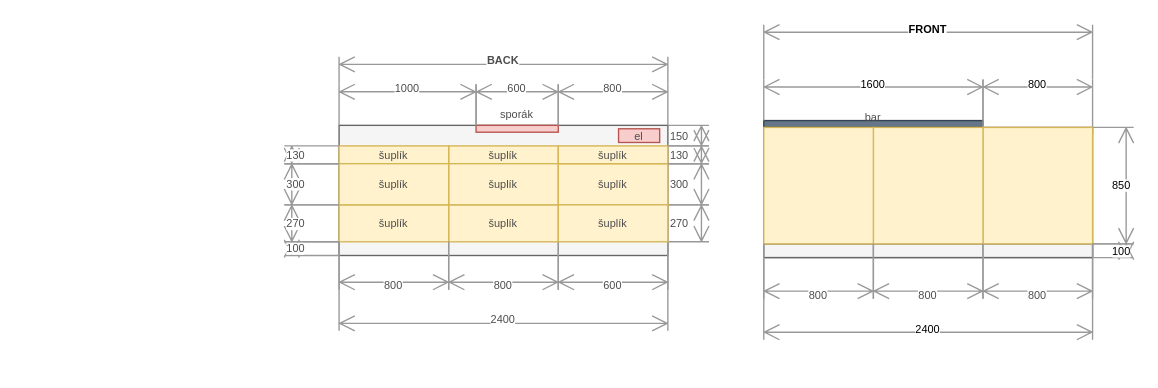
Before: docs/src/static/drawings/kitchen.island.drawio in surquest/flat-renovation, a draw.io diagram. Source tidied: cells renumbered, new cells numbered last; positions are measured from the earlier drawing's top-left corner, leaving out a move shared by most shapes. Both pictures are drawn from the tidied source at 137%, with x=0, y=0 at pixel (284, 23).
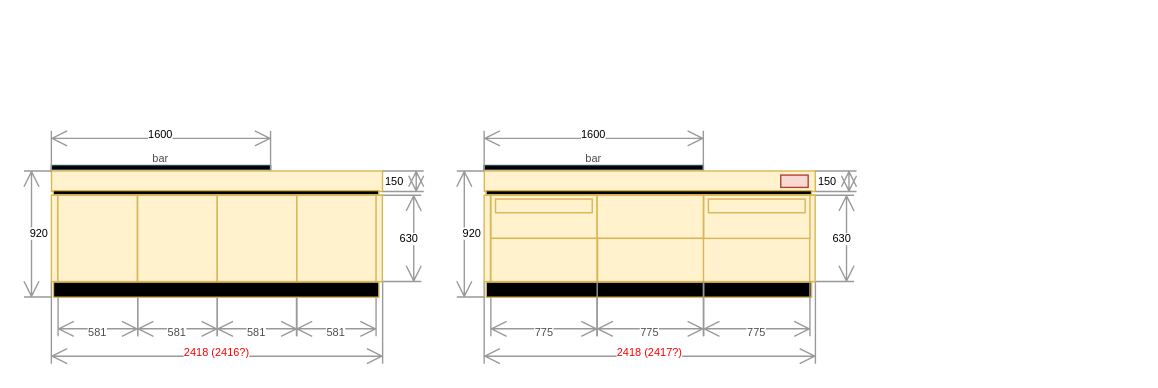
Above is the later version.

Commit message (it also covers changes not shown here):
Update kitchen drawings

What changed in the source:
```diff
@@
-    <mxCell id="2" style="rounded=0;whiteSpace=wrap;html=1;strokeColor=#666666;fillColor=#f5f5f5;fontColor=#4D4D4D;fontSize=8;" parent="1" vertex="1">
-      <mxGeometry x="40" y="74" width="240" height="95" as="geometry" />
-    </mxCell>
-    <mxCell id="3" value="300" style="shape=dimension;direction=north;whiteSpace=wrap;html=1;align=left;verticalAlign=middle;labelBackgroundColor=#ffffff;strokeColor=#999999;fontSize=8;fontColor=#4D4D4D;" parent="1" vertex="1">
-      <mxGeometry x="280" y="102" width="30" height="30" as="geometry" />
-    </mxCell>
-    <mxCell id="4" value="150" style="shape=dimension;direction=north;whiteSpace=wrap;html=1;align=left;verticalAlign=middle;labelBackgroundColor=#ffffff;strokeColor=#999999;fontSize=8;fontColor=#4D4D4D;" parent="1" vertex="1">
-      <mxGeometry x="280" y="74" width="30" height="15" as="geometry" />
-    </mxCell>
-    <mxCell id="5" value="BACK" style="shape=dimension;direction=west;whiteSpace=wrap;html=1;align=center;verticalAlign=top;spacingTop=-8;labelBackgroundColor=#ffffff;strokeColor=#999999;fontStyle=1;fontSize=8;fontColor=#4D4D4D;" parent="1" vertex="1">
-      <mxGeometry x="40" y="24" width="240" height="20" as="geometry" />
-    </mxCell>
-    <mxCell id="6" style="rounded=0;whiteSpace=wrap;html=1;strokeColor=#666666;fillColor=#f5f5f5;fontColor=#333333;fontSize=8;" parent="1" vertex="1">
-      <mxGeometry x="350" y="75.5" width="240" height="95" as="geometry" />
-    </mxCell>
-    <mxCell id="7" style="rounded=0;whiteSpace=wrap;html=1;strokeColor=#666666;fillColor=#f5f5f5;fontColor=#333333;fontSize=8;" parent="1" vertex="1">
-      <mxGeometry x="350" y="160.5" width="240" height="10" as="geometry" />
-    </mxCell>
-    <mxCell id="8" value="2400" style="shape=dimension;direction=east;whiteSpace=wrap;html=1;align=center;verticalAlign=bottom;spacingTop=-8;labelBackgroundColor=#ffffff;strokeColor=#999999;fontSize=8;" parent="1" vertex="1">
-      <mxGeometry x="350" y="170.5" width="240" height="60" as="geometry" />
-    </mxCell>
-    <mxCell id="9" value="850" style="shape=dimension;direction=north;whiteSpace=wrap;html=1;align=right;verticalAlign=middle;labelBackgroundColor=#ffffff;strokeColor=#999999;fontSize=8;" parent="1" vertex="1">
-      <mxGeometry x="590" y="75.5" width="30" height="85" as="geometry" />
-    </mxCell>
-    <mxCell id="10" value="FRONT" style="shape=dimension;direction=west;whiteSpace=wrap;html=1;align=center;verticalAlign=top;spacingTop=-8;labelBackgroundColor=#ffffff;strokeColor=#999999;fontStyle=1;fontSize=8;" parent="1" vertex="1">
-      <mxGeometry x="350" y="0.5" width="240" height="40" as="geometry" />
-    </mxCell>
-    <mxCell id="11" value="&lt;font color=&quot;#4d4d4d&quot; style=&quot;font-size: 8px;&quot;&gt;bar&lt;/font&gt;" style="rounded=0;whiteSpace=wrap;html=1;fillColor=#647687;strokeColor=#314354;verticalAlign=bottom;fontColor=#ffffff;fontSize=8;" parent="1" vertex="1">
-      <mxGeometry x="350" y="70.5" width="160" height="5" as="geometry" />
-    </mxCell>
-    <mxCell id="12" value="800" style="shape=dimension;direction=west;whiteSpace=wrap;html=1;align=center;verticalAlign=top;spacingTop=-8;labelBackgroundColor=#ffffff;strokeColor=#999999;fontSize=8;" parent="1" vertex="1">
-      <mxGeometry x="510" y="40.5" width="80" height="40" as="geometry" />
-    </mxCell>
-    <mxCell id="13" value="270" style="shape=dimension;direction=north;whiteSpace=wrap;html=1;align=left;verticalAlign=middle;labelBackgroundColor=#ffffff;strokeColor=#999999;fontSize=8;fontColor=#4D4D4D;" parent="1" vertex="1">
-      <mxGeometry x="280" y="132" width="30" height="27" as="geometry" />
-    </mxCell>
-    <mxCell id="14" style="rounded=0;whiteSpace=wrap;html=1;fillColor=#fff2cc;strokeColor=#d6b656;fontSize=8;" parent="1" vertex="1">
-      <mxGeometry x="510" y="75.5" width="80" height="85" as="geometry" />
-    </mxCell>
-    <mxCell id="15" style="rounded=0;whiteSpace=wrap;html=1;fillColor=#fff2cc;strokeColor=#d6b656;fontSize=8;" parent="1" vertex="1">
-      <mxGeometry x="430" y="75.5" width="80" height="85" as="geometry" />
-    </mxCell>
-    <mxCell id="16" style="rounded=0;whiteSpace=wrap;html=1;fillColor=#fff2cc;strokeColor=#d6b656;fontSize=8;" parent="1" vertex="1">
-      <mxGeometry x="350" y="75.5" width="80" height="85" as="geometry" />
-    </mxCell>
-    <mxCell id="17" value="100" style="shape=dimension;direction=north;whiteSpace=wrap;html=1;align=right;verticalAlign=middle;labelBackgroundColor=#ffffff;strokeColor=#999999;fontSize=8;" parent="1" vertex="1">
-      <mxGeometry x="590" y="160.5" width="30" height="10" as="geometry" />
-    </mxCell>
-    <mxCell id="18" value="1600" style="shape=dimension;direction=west;whiteSpace=wrap;html=1;align=center;verticalAlign=top;spacingTop=-8;labelBackgroundColor=#ffffff;strokeColor=#999999;fontSize=8;" parent="1" vertex="1">
-      <mxGeometry x="350" y="40.5" width="160" height="30" as="geometry" />
-    </mxCell>
-    <mxCell id="19" value="800" style="shape=dimension;whiteSpace=wrap;html=1;align=center;verticalAlign=bottom;spacingBottom=-5;labelBackgroundColor=#ffffff;strokeColor=#999999;fontColor=#4D4D4D;fontSize=8;" parent="1" vertex="1">
-      <mxGeometry x="350" y="160.5" width="80" height="40" as="geometry" />
-    </mxCell>
-    <mxCell id="20" value="800" style="shape=dimension;whiteSpace=wrap;html=1;align=center;verticalAlign=bottom;spacingBottom=-5;labelBackgroundColor=#ffffff;strokeColor=#999999;fontColor=#4D4D4D;fontSize=8;" parent="1" vertex="1">
-      <mxGeometry x="430" y="160.5" width="80" height="40" as="geometry" />
-    </mxCell>
-    <mxCell id="21" value="800" style="shape=dimension;whiteSpace=wrap;html=1;align=center;verticalAlign=bottom;spacingBottom=-5;labelBackgroundColor=#ffffff;strokeColor=#999999;fontColor=#4D4D4D;fontSize=8;" parent="1" vertex="1">
-      <mxGeometry x="510" y="160.5" width="80" height="40" as="geometry" />
-    </mxCell>
-    <mxCell id="22" value="šuplík" style="rounded=0;whiteSpace=wrap;html=1;fillColor=#fff2cc;strokeColor=#d6b656;fontColor=#4D4D4D;fontSize=8;" parent="1" vertex="1">
-      <mxGeometry x="120" y="89" width="80" height="13" as="geometry" />
-    </mxCell>
-    <mxCell id="23" value="šuplík" style="rounded=0;whiteSpace=wrap;html=1;fillColor=#fff2cc;strokeColor=#d6b656;fontColor=#4D4D4D;fontSize=8;" parent="1" vertex="1">
-      <mxGeometry x="120" y="132" width="80" height="27" as="geometry" />
-    </mxCell>
-    <mxCell id="24" value="šuplík" style="rounded=0;whiteSpace=wrap;html=1;fillColor=#fff2cc;strokeColor=#d6b656;fontColor=#4D4D4D;fontSize=8;" parent="1" vertex="1">
-      <mxGeometry x="120" y="102" width="80" height="30" as="geometry" />
-    </mxCell>
-    <mxCell id="25" value="sporák" style="rounded=0;whiteSpace=wrap;html=1;fillColor=#f8cecc;strokeColor=#b85450;verticalAlign=bottom;fontColor=#4D4D4D;fontSize=8;labelPosition=center;verticalLabelPosition=top;align=center;" parent="1" vertex="1">
-      <mxGeometry x="140" y="74" width="60" height="5" as="geometry" />
-    </mxCell>
-    <mxCell id="26" value="šuplík" style="rounded=0;whiteSpace=wrap;html=1;fillColor=#fff2cc;strokeColor=#d6b656;fontColor=#4D4D4D;fontSize=8;" parent="1" vertex="1">
-      <mxGeometry x="40" y="89" width="80" height="13" as="geometry" />
-    </mxCell>
-    <mxCell id="27" value="šuplík" style="rounded=0;whiteSpace=wrap;html=1;fillColor=#fff2cc;strokeColor=#d6b656;fontColor=#4D4D4D;fontSize=8;" parent="1" vertex="1">
-      <mxGeometry x="40" y="132" width="80" height="27" as="geometry" />
-    </mxCell>
-    <mxCell id="28" value="šuplík" style="rounded=0;whiteSpace=wrap;html=1;fillColor=#fff2cc;strokeColor=#d6b656;fontColor=#4D4D4D;fontSize=8;" parent="1" vertex="1">
-      <mxGeometry x="40" y="102" width="80" height="30" as="geometry" />
-    </mxCell>
-    <mxCell id="29" value="600" style="shape=dimension;direction=west;whiteSpace=wrap;html=1;align=center;verticalAlign=top;spacingTop=-8;labelBackgroundColor=#ffffff;strokeColor=#999999;fontSize=8;fontColor=#4D4D4D;" parent="1" vertex="1">
-      <mxGeometry x="140" y="44" width="60" height="30" as="geometry" />
-    </mxCell>
-    <mxCell id="30" value="1000" style="shape=dimension;direction=west;whiteSpace=wrap;html=1;align=center;verticalAlign=top;spacingTop=-8;labelBackgroundColor=#ffffff;strokeColor=#999999;fontSize=8;fontColor=#4D4D4D;" parent="1" vertex="1">
-      <mxGeometry x="40" y="44" width="100" height="30" as="geometry" />
-    </mxCell>
-    <mxCell id="31" value="&lt;font style=&quot;font-size: 8px;&quot;&gt;el&lt;/font&gt;" style="rounded=0;whiteSpace=wrap;html=1;fillColor=#f8cecc;strokeColor=#b85450;fontSize=8;fontColor=#4D4D4D;" parent="1" vertex="1">
-      <mxGeometry x="244" y="76.5" width="30" height="10" as="geometry" />
-    </mxCell>
-    <mxCell id="32" value="100" style="shape=dimension;direction=south;whiteSpace=wrap;html=1;align=left;verticalAlign=middle;labelBackgroundColor=#ffffff;strokeColor=#999999;fontColor=#4D4D4D;fontSize=8;" parent="1" vertex="1">
-      <mxGeometry y="159" width="40" height="10" as="geometry" />
-    </mxCell>
-    <mxCell id="33" value="300" style="shape=dimension;direction=south;whiteSpace=wrap;html=1;align=left;verticalAlign=middle;labelBackgroundColor=#ffffff;strokeColor=#999999;fontColor=#4D4D4D;fontSize=8;" parent="1" vertex="1">
-      <mxGeometry y="102" width="40" height="30" as="geometry" />
-    </mxCell>
-    <mxCell id="34" value="270" style="shape=dimension;direction=south;whiteSpace=wrap;html=1;align=left;verticalAlign=middle;labelBackgroundColor=#ffffff;strokeColor=#999999;fontColor=#4D4D4D;fontSize=8;" parent="1" vertex="1">
-      <mxGeometry y="132" width="40" height="27" as="geometry" />
-    </mxCell>
-    <mxCell id="35" value="130" style="shape=dimension;direction=south;whiteSpace=wrap;html=1;align=left;verticalAlign=middle;labelBackgroundColor=#ffffff;strokeColor=#999999;fontColor=#4D4D4D;fontSize=8;" parent="1" vertex="1">
-      <mxGeometry y="89" width="40" height="13" as="geometry" />
-    </mxCell>
-    <mxCell id="36" value="2400" style="shape=dimension;direction=east;whiteSpace=wrap;html=1;align=center;verticalAlign=bottom;spacingTop=-8;labelBackgroundColor=#ffffff;strokeColor=#999999;fontSize=8;fontColor=#4D4D4D;" parent="1" vertex="1">
-      <mxGeometry x="40" y="159" width="240" height="65" as="geometry" />
-    </mxCell>
-    <mxCell id="37" value="800" style="shape=dimension;whiteSpace=wrap;html=1;align=center;verticalAlign=bottom;spacingBottom=-5;labelBackgroundColor=#ffffff;strokeColor=#999999;fontColor=#4D4D4D;fontSize=8;" parent="1" vertex="1">
-      <mxGeometry x="40" y="159" width="80" height="35" as="geometry" />
-    </mxCell>
-    <mxCell id="38" value="800" style="shape=dimension;whiteSpace=wrap;html=1;align=center;verticalAlign=bottom;spacingBottom=-5;labelBackgroundColor=#ffffff;strokeColor=#999999;fontColor=#4D4D4D;fontSize=8;" parent="1" vertex="1">
-      <mxGeometry x="120" y="159" width="80" height="35" as="geometry" />
-    </mxCell>
-    <mxCell id="39" value="600" style="shape=dimension;whiteSpace=wrap;html=1;align=center;verticalAlign=bottom;spacingBottom=-5;labelBackgroundColor=#ffffff;strokeColor=#999999;fontColor=#4D4D4D;fontSize=8;" parent="1" vertex="1">
-      <mxGeometry x="200" y="159" width="80" height="35" as="geometry" />
-    </mxCell>
-    <mxCell id="40" value="šuplík" style="rounded=0;whiteSpace=wrap;html=1;fillColor=#fff2cc;strokeColor=#d6b656;fontColor=#4D4D4D;fontSize=8;" parent="1" vertex="1">
-      <mxGeometry x="200" y="102" width="80" height="30" as="geometry" />
-    </mxCell>
-    <mxCell id="41" value="800" style="shape=dimension;direction=west;whiteSpace=wrap;html=1;align=center;verticalAlign=top;spacingTop=-8;labelBackgroundColor=#ffffff;strokeColor=#999999;fontSize=8;fontColor=#4D4D4D;" parent="1" vertex="1">
-      <mxGeometry x="200" y="44" width="80" height="30" as="geometry" />
-    </mxCell>
-    <mxCell id="42" value="šuplík" style="rounded=0;whiteSpace=wrap;html=1;fillColor=#fff2cc;strokeColor=#d6b656;fontColor=#4D4D4D;fontSize=8;" parent="1" vertex="1">
-      <mxGeometry x="200" y="89" width="80" height="13" as="geometry" />
-    </mxCell>
-    <mxCell id="43" value="šuplík" style="rounded=0;whiteSpace=wrap;html=1;fillColor=#fff2cc;strokeColor=#d6b656;fontColor=#4D4D4D;fontSize=8;" parent="1" vertex="1">
-      <mxGeometry x="200" y="132" width="80" height="27" as="geometry" />
-    </mxCell>
-    <mxCell id="44" value="130" style="shape=dimension;direction=north;whiteSpace=wrap;html=1;align=left;verticalAlign=middle;labelBackgroundColor=#ffffff;strokeColor=#999999;fontSize=8;fontColor=#4D4D4D;" parent="1" vertex="1">
-      <mxGeometry x="280" y="89" width="30" height="13" as="geometry" />
-    </mxCell>
+    <mxCell id="45" value="2418 (2416?)" style="shape=dimension;direction=east;whiteSpace=wrap;html=1;align=center;verticalAlign=bottom;spacingTop=-8;labelBackgroundColor=#ffffff;strokeColor=#999999;fontSize=8;fontColor=#ff0000;" parent="1" vertex="1">
+      <mxGeometry x="-170" y="188" width="241.8" height="60" as="geometry" />
+    </mxCell>
+    <mxCell id="46" value="630" style="shape=dimension;direction=north;whiteSpace=wrap;html=1;align=right;verticalAlign=middle;labelBackgroundColor=#ffffff;strokeColor=#999999;fontSize=8;" parent="1" vertex="1">
+      <mxGeometry x="70" y="125" width="30" height="63" as="geometry" />
+    </mxCell>
+    <mxCell id="47" value="&lt;font color=&quot;#4d4d4d&quot; style=&quot;font-size: 8px;&quot;&gt;bar&lt;/font&gt;" style="rounded=0;whiteSpace=wrap;html=1;fillColor=#000000;strokeColor=#314354;verticalAlign=bottom;fontColor=#ffffff;fontSize=8;" parent="1" vertex="1">
+      <mxGeometry x="-170" y="103.3" width="160" height="3" as="geometry" />
+    </mxCell>
+    <mxCell id="48" style="rounded=0;whiteSpace=wrap;html=1;fillColor=#fff2cc;strokeColor=#d6b656;fontSize=8;" parent="1" vertex="1">
+      <mxGeometry x="-165.4" y="125" width="58.1" height="63" as="geometry" />
+    </mxCell>
+    <mxCell id="49" style="rounded=0;whiteSpace=wrap;html=1;fillColor=#fff2cc;strokeColor=#d6b656;fontSize=8;" parent="1" vertex="1">
+      <mxGeometry x="-170" y="125" width="4.6" height="63" as="geometry" />
+    </mxCell>
+    <mxCell id="50" value="1600" style="shape=dimension;direction=west;whiteSpace=wrap;html=1;align=center;verticalAlign=top;spacingTop=-8;labelBackgroundColor=#ffffff;strokeColor=#999999;fontSize=8;" parent="1" vertex="1">
+      <mxGeometry x="-170" y="78" width="160" height="30" as="geometry" />
+    </mxCell>
+    <mxCell id="51" value="581" style="shape=dimension;whiteSpace=wrap;html=1;align=center;verticalAlign=bottom;spacingBottom=-5;labelBackgroundColor=#ffffff;strokeColor=#999999;fontColor=#4D4D4D;fontSize=8;" parent="1" vertex="1">
+      <mxGeometry x="-165.1" y="188" width="58.1" height="40" as="geometry" />
+    </mxCell>
+    <mxCell id="52" style="rounded=0;whiteSpace=wrap;html=1;fillColor=#fff2cc;strokeColor=#d6b656;fontSize=8;" parent="1" vertex="1">
+      <mxGeometry x="-107" y="125" width="58.1" height="63" as="geometry" />
+    </mxCell>
+    <mxCell id="53" style="rounded=0;whiteSpace=wrap;html=1;fillColor=#fff2cc;strokeColor=#d6b656;fontSize=8;" parent="1" vertex="1">
+      <mxGeometry x="-48.9" y="125" width="58.1" height="63" as="geometry" />
+    </mxCell>
+    <mxCell id="54" style="rounded=0;whiteSpace=wrap;html=1;fillColor=#fff2cc;strokeColor=#d6b656;fontSize=8;" parent="1" vertex="1">
+      <mxGeometry x="9.2" y="125" width="58.1" height="63" as="geometry" />
+    </mxCell>
+    <mxCell id="55" style="rounded=0;whiteSpace=wrap;html=1;fillColor=#fff2cc;strokeColor=#d6b656;fontSize=8;" parent="1" vertex="1">
+      <mxGeometry x="67" y="125" width="4.6" height="63" as="geometry" />
+    </mxCell>
+    <mxCell id="56" value="581" style="shape=dimension;whiteSpace=wrap;html=1;align=center;verticalAlign=bottom;spacingBottom=-5;labelBackgroundColor=#ffffff;strokeColor=#999999;fontColor=#4D4D4D;fontSize=8;" parent="1" vertex="1">
+      <mxGeometry x="-107" y="188" width="58.1" height="40" as="geometry" />
+    </mxCell>
+    <mxCell id="57" value="581" style="shape=dimension;whiteSpace=wrap;html=1;align=center;verticalAlign=bottom;spacingBottom=-5;labelBackgroundColor=#ffffff;strokeColor=#999999;fontColor=#4D4D4D;fontSize=8;" parent="1" vertex="1">
+      <mxGeometry x="-48.9" y="188" width="58.1" height="40" as="geometry" />
+    </mxCell>
+    <mxCell id="58" value="581" style="shape=dimension;whiteSpace=wrap;html=1;align=center;verticalAlign=bottom;spacingBottom=-5;labelBackgroundColor=#ffffff;strokeColor=#999999;fontColor=#4D4D4D;fontSize=8;" parent="1" vertex="1">
+      <mxGeometry x="8.9" y="188" width="58.1" height="40" as="geometry" />
+    </mxCell>
+    <mxCell id="59" style="rounded=0;whiteSpace=wrap;html=1;fillColor=#fff2cc;strokeColor=#d6b656;fontSize=8;rotation=90;" parent="1" vertex="1">
+      <mxGeometry x="-56.6" y="-6" width="15" height="241.6" as="geometry" />
+    </mxCell>
+    <mxCell id="60" style="rounded=0;whiteSpace=wrap;html=1;fillColor=#000000;strokeColor=#d6b656;fontSize=8;rotation=90;" parent="1" vertex="1">
+      <mxGeometry x="-51.3" y="4.4" width="3" height="237.5" as="geometry" />
+    </mxCell>
+    <mxCell id="61" style="rounded=0;whiteSpace=wrap;html=1;fillColor=#000000;strokeColor=#d6b656;fontSize=8;rotation=90;" parent="1" vertex="1">
+      <mxGeometry x="-55.2" y="75.2" width="11" height="237.5" as="geometry" />
+    </mxCell>
+    <mxCell id="62" value="150" style="shape=dimension;direction=north;whiteSpace=wrap;html=1;align=left;verticalAlign=middle;labelBackgroundColor=#ffffff;strokeColor=#999999;fontSize=8;" parent="1" vertex="1">
+      <mxGeometry x="71.8" y="107.3" width="30" height="15" as="geometry" />
+    </mxCell>
+    <mxCell id="63" value="920" style="shape=dimension;direction=north;whiteSpace=wrap;html=1;align=right;verticalAlign=middle;labelBackgroundColor=#ffffff;strokeColor=#999999;fontSize=8;flipH=1;" parent="1" vertex="1">
+      <mxGeometry x="-190" y="107.3" width="20" height="92" as="geometry" />
+    </mxCell>
+    <mxCell id="64" value="2418 (2417?)" style="shape=dimension;direction=east;whiteSpace=wrap;html=1;align=center;verticalAlign=bottom;spacingTop=-8;labelBackgroundColor=#ffffff;strokeColor=#999999;fontSize=8;fontColor=#ff0000;" parent="1" vertex="1">
+      <mxGeometry x="145.9" y="188" width="241.8" height="60" as="geometry" />
+    </mxCell>
+    <mxCell id="65" value="630" style="shape=dimension;direction=north;whiteSpace=wrap;html=1;align=right;verticalAlign=middle;labelBackgroundColor=#ffffff;strokeColor=#999999;fontSize=8;" parent="1" vertex="1">
+      <mxGeometry x="385.9" y="125" width="30" height="63" as="geometry" />
+    </mxCell>
+    <mxCell id="66" value="&lt;font color=&quot;#4d4d4d&quot; style=&quot;font-size: 8px;&quot;&gt;bar&lt;/font&gt;" style="rounded=0;whiteSpace=wrap;html=1;fillColor=#000000;strokeColor=#314354;verticalAlign=bottom;fontColor=#ffffff;fontSize=8;" parent="1" vertex="1">
+      <mxGeometry x="145.9" y="103.3" width="160" height="3" as="geometry" />
+    </mxCell>
+    <mxCell id="67" style="rounded=0;whiteSpace=wrap;html=1;fillColor=#fff2cc;strokeColor=#d6b656;fontSize=8;" parent="1" vertex="1">
+      <mxGeometry x="150.8" y="125" width="77.5" height="31.5" as="geometry" />
+    </mxCell>
+    <mxCell id="68" style="rounded=0;whiteSpace=wrap;html=1;fillColor=#fff2cc;strokeColor=#d6b656;fontSize=8;" parent="1" vertex="1">
+      <mxGeometry x="145.9" y="125" width="4.6" height="63" as="geometry" />
+    </mxCell>
+    <mxCell id="69" value="1600" style="shape=dimension;direction=west;whiteSpace=wrap;html=1;align=center;verticalAlign=top;spacingTop=-8;labelBackgroundColor=#ffffff;strokeColor=#999999;fontSize=8;" parent="1" vertex="1">
+      <mxGeometry x="145.9" y="78" width="160" height="30" as="geometry" />
+    </mxCell>
+    <mxCell id="70" value="775" style="shape=dimension;whiteSpace=wrap;html=1;align=center;verticalAlign=bottom;spacingBottom=-5;labelBackgroundColor=#ffffff;strokeColor=#999999;fontColor=#4D4D4D;fontSize=8;" parent="1" vertex="1">
+      <mxGeometry x="150.8" y="188" width="77.5" height="40" as="geometry" />
+    </mxCell>
+    <mxCell id="71" style="rounded=0;whiteSpace=wrap;html=1;fillColor=#fff2cc;strokeColor=#d6b656;fontSize=8;" parent="1" vertex="1">
+      <mxGeometry x="382.9" y="125" width="4.6" height="63" as="geometry" />
+    </mxCell>
+    <mxCell id="72" style="rounded=0;whiteSpace=wrap;html=1;fillColor=#fff2cc;strokeColor=#d6b656;fontSize=8;rotation=90;" parent="1" vertex="1">
+      <mxGeometry x="259.3" y="-6" width="15" height="241.6" as="geometry" />
+    </mxCell>
+    <mxCell id="73" style="rounded=0;whiteSpace=wrap;html=1;fillColor=#000000;strokeColor=#d6b656;fontSize=8;rotation=90;" parent="1" vertex="1">
+      <mxGeometry x="264.6" y="4.4" width="3" height="237.5" as="geometry" />
+    </mxCell>
+    <mxCell id="74" style="rounded=0;whiteSpace=wrap;html=1;fillColor=#000000;strokeColor=#d6b656;fontSize=8;rotation=90;" parent="1" vertex="1">
+      <mxGeometry x="260.7" y="75.2" width="11" height="237.5" as="geometry" />
+    </mxCell>
+    <mxCell id="75" value="150" style="shape=dimension;direction=north;whiteSpace=wrap;html=1;align=left;verticalAlign=middle;labelBackgroundColor=#ffffff;strokeColor=#999999;fontSize=8;" parent="1" vertex="1">
+      <mxGeometry x="387.7" y="107.3" width="30" height="15" as="geometry" />
+    </mxCell>
+    <mxCell id="76" value="920" style="shape=dimension;direction=north;whiteSpace=wrap;html=1;align=right;verticalAlign=middle;labelBackgroundColor=#ffffff;strokeColor=#999999;fontSize=8;flipH=1;" parent="1" vertex="1">
+      <mxGeometry x="125.9" y="107.3" width="20" height="92" as="geometry" />
+    </mxCell>
+    <mxCell id="77" style="rounded=0;whiteSpace=wrap;html=1;fillColor=#fff2cc;strokeColor=#d6b656;fontSize=8;" parent="1" vertex="1">
+      <mxGeometry x="228.4" y="125" width="77.5" height="31.5" as="geometry" />
+    </mxCell>
+    <mxCell id="78" style="rounded=0;whiteSpace=wrap;html=1;fillColor=#fff2cc;strokeColor=#d6b656;fontSize=8;" parent="1" vertex="1">
+      <mxGeometry x="150.8" y="156.5" width="77.5" height="31.5" as="geometry" />
+    </mxCell>
+    <mxCell id="79" style="rounded=0;whiteSpace=wrap;html=1;fillColor=#fff2cc;strokeColor=#d6b656;fontSize=8;" parent="1" vertex="1">
+      <mxGeometry x="228.7" y="156.5" width="77.5" height="31.5" as="geometry" />
+    </mxCell>
+    <mxCell id="80" style="rounded=0;whiteSpace=wrap;html=1;fillColor=#fff2cc;strokeColor=#d6b656;fontSize=8;" parent="1" vertex="1">
+      <mxGeometry x="306" y="156.5" width="77.5" height="31.5" as="geometry" />
+    </mxCell>
+    <mxCell id="81" value="775" style="shape=dimension;whiteSpace=wrap;html=1;align=center;verticalAlign=bottom;spacingBottom=-5;labelBackgroundColor=#ffffff;strokeColor=#999999;fontColor=#4D4D4D;fontSize=8;" parent="1" vertex="1">
+      <mxGeometry x="228.4" y="188" width="77.5" height="40" as="geometry" />
+    </mxCell>
+    <mxCell id="82" value="775" style="shape=dimension;whiteSpace=wrap;html=1;align=center;verticalAlign=bottom;spacingBottom=-5;labelBackgroundColor=#ffffff;strokeColor=#999999;fontColor=#4D4D4D;fontSize=8;" parent="1" vertex="1">
+      <mxGeometry x="306.2" y="188" width="77.5" height="40" as="geometry" />
+    </mxCell>
+    <mxCell id="83" style="rounded=0;whiteSpace=wrap;html=1;fillColor=#fff2cc;strokeColor=#d6b656;fontSize=8;rotation=90;" parent="1" vertex="1">
+      <mxGeometry x="184.5" y="97.5" width="10" height="70.6" as="geometry" />
+    </mxCell>
+    <mxCell id="84" style="rounded=0;whiteSpace=wrap;html=1;fillColor=#fad9d5;strokeColor=#ae4132;fontSize=8;rotation=90;" parent="1" vertex="1">
+      <mxGeometry x="367.9" y="104.8" width="9" height="20" as="geometry" />
+    </mxCell>
+    <mxCell id="85" style="rounded=0;whiteSpace=wrap;html=1;fillColor=#fff2cc;strokeColor=#d6b656;fontSize=8;" parent="1" vertex="1">
+      <mxGeometry x="306.2" y="125" width="77.5" height="31.5" as="geometry" />
+    </mxCell>
+    <mxCell id="86" style="rounded=0;whiteSpace=wrap;html=1;fillColor=#fff2cc;strokeColor=#d6b656;fontSize=8;rotation=90;" parent="1" vertex="1">
+      <mxGeometry x="339.9" y="97.5" width="10" height="70.6" as="geometry" />
+    </mxCell>
```
